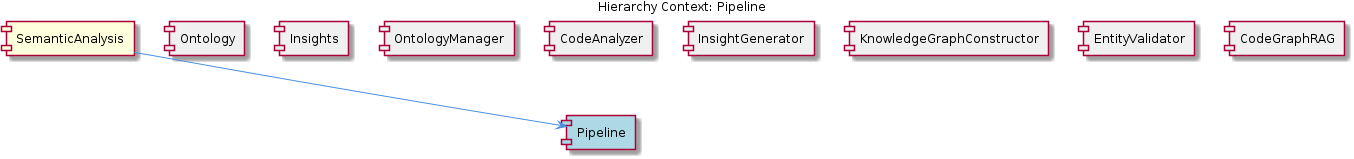
Above: knowledge-management/insights/images/pipeline-relationship.png in fwornle/coding (PlantUML), before the change. Its source is kept beside it as .data/knowledge-graph/insights/puml/pipeline-relationship.puml. The source it was exported from:
```plantuml
@startuml
!include _standard-style.puml

title Hierarchy Context: Pipeline

[SemanticAnalysis] as semantic_analysis #FFFFDD
[Pipeline] as pipeline #LightBlue
[Ontology] as ontology #F0F0F0
[Insights] as insights #F0F0F0
[OntologyManager] as ontology_manager #F0F0F0
[CodeAnalyzer] as code_analyzer #F0F0F0
[InsightGenerator] as insight_generator #F0F0F0
[KnowledgeGraphConstructor] as knowledge_graph_constructor #F0F0F0
[EntityValidator] as entity_validator #F0F0F0
[CodeGraphRAG] as code_graph_rag #F0F0F0

semantic_analysis --> pipeline
ontology -[hidden]- pipeline
insights -[hidden]- pipeline
ontology_manager -[hidden]- pipeline
code_analyzer -[hidden]- pipeline
insight_generator -[hidden]- pipeline
knowledge_graph_constructor -[hidden]- pipeline
entity_validator -[hidden]- pipeline
code_graph_rag -[hidden]- pipeline

@enduml
```
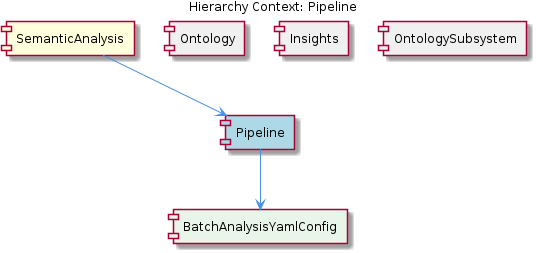
Above is the later version.

What changed in the source:
```diff
@@ -7,21 +7,13 @@
 [Pipeline] as pipeline #LightBlue
 [Ontology] as ontology #F0F0F0
 [Insights] as insights #F0F0F0
-[OntologyManager] as ontology_manager #F0F0F0
-[CodeAnalyzer] as code_analyzer #F0F0F0
-[InsightGenerator] as insight_generator #F0F0F0
-[KnowledgeGraphConstructor] as knowledge_graph_constructor #F0F0F0
-[EntityValidator] as entity_validator #F0F0F0
-[CodeGraphRAG] as code_graph_rag #F0F0F0
+[OntologySubsystem] as ontology_subsystem #F0F0F0
+[BatchAnalysisYamlConfig] as batch_analysis_yaml_config #E8F5E8
 
 semantic_analysis --> pipeline
 ontology -[hidden]- pipeline
 insights -[hidden]- pipeline
-ontology_manager -[hidden]- pipeline
-code_analyzer -[hidden]- pipeline
-insight_generator -[hidden]- pipeline
-knowledge_graph_constructor -[hidden]- pipeline
-entity_validator -[hidden]- pipeline
-code_graph_rag -[hidden]- pipeline
+ontology_subsystem -[hidden]- pipeline
+pipeline --> batch_analysis_yaml_config
 
 @enduml
```
